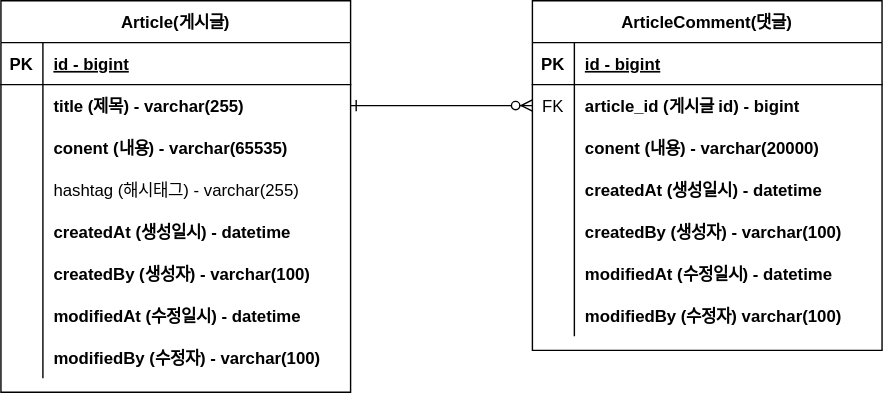
Above: document/project-board-erd.svg in parkgyoengjun/Myproject-board (draw.io), before the change. Source tidied: cells renumbered, new cells last; positions are measured from the earlier drawing's top-left corner, leaving out a move shared by most shapes.
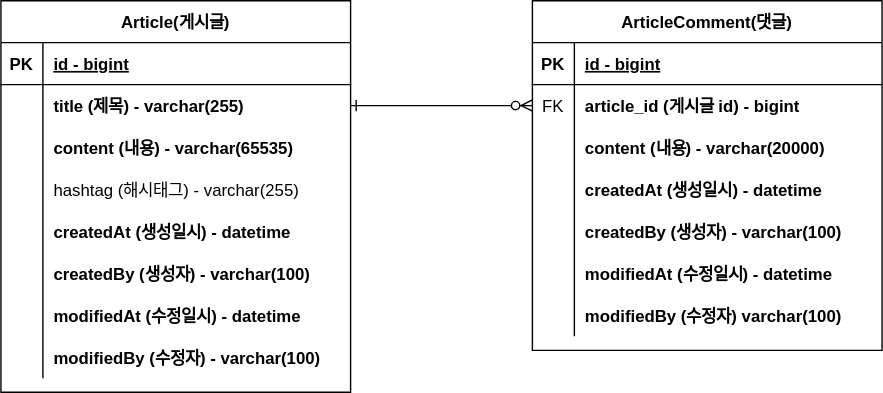
The same diagram one commit later.

Commit message:
#5 - ERD 오타수정 : project-board-erd.svg

The edit, as a diff of the source:
```diff
@@ -32,7 +32,7 @@
     <mxCell id="11" style="shape=partialRectangle;overflow=hidden;fillColor=none;top=0;left=0;bottom=0;right=0;" parent="10" vertex="1">
       <mxGeometry width="30" height="30" as="geometry" />
     </mxCell>
-    <mxCell id="12" value="conent (내용) - varchar(20000)" style="shape=partialRectangle;overflow=hidden;fillColor=none;top=0;left=0;bottom=0;right=0;align=left;spacingLeft=6;fontStyle=1;" parent="10" vertex="1">
+    <mxCell id="12" value="content (내용) - varchar(20000)" style="shape=partialRectangle;overflow=hidden;fillColor=none;top=0;left=0;bottom=0;right=0;align=left;spacingLeft=6;fontStyle=1;" parent="10" vertex="1">
       <mxGeometry x="30" width="220" height="30" as="geometry" />
     </mxCell>
     <mxCell id="13" style="shape=partialRectangle;fillColor=none;top=0;left=0;right=0;bottom=0;" parent="3" vertex="1">
@@ -98,7 +98,7 @@
     <mxCell id="33" style="shape=partialRectangle;overflow=hidden;fillColor=none;top=0;left=0;bottom=0;right=0;" parent="32" vertex="1">
       <mxGeometry width="30" height="30" as="geometry" />
     </mxCell>
-    <mxCell id="34" value="conent (내용) - varchar(65535)" style="shape=partialRectangle;overflow=hidden;fillColor=none;top=0;left=0;bottom=0;right=0;align=left;spacingLeft=6;fontStyle=1;" parent="32" vertex="1">
+    <mxCell id="34" value="content (내용) - varchar(65535)" style="shape=partialRectangle;overflow=hidden;fillColor=none;top=0;left=0;bottom=0;right=0;align=left;spacingLeft=6;fontStyle=1;" parent="32" vertex="1">
       <mxGeometry x="30" width="220" height="30" as="geometry" />
     </mxCell>
     <mxCell id="35" style="shape=partialRectangle;fillColor=none;top=0;left=0;right=0;bottom=0;" parent="25" vertex="1">
```
